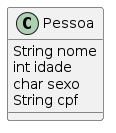
Above: img/exemploclasse.png in luizadealencar/escola (PlantUML), before the change. Its diagram source:
```plantuml
@startuml
class Pessoa{
String nome
int idade
char sexo
String cpf
}
@enduml
```
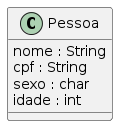
Above is the later version.

Change to the diagram source:
```diff
@@ -1,8 +1,8 @@
 @startuml
 class Pessoa{
-String nome
-int idade
-char sexo
-String cpf
+  nome : String
+  cpf : String
+  sexo : char
+  idade : int
 }
 @enduml
```
